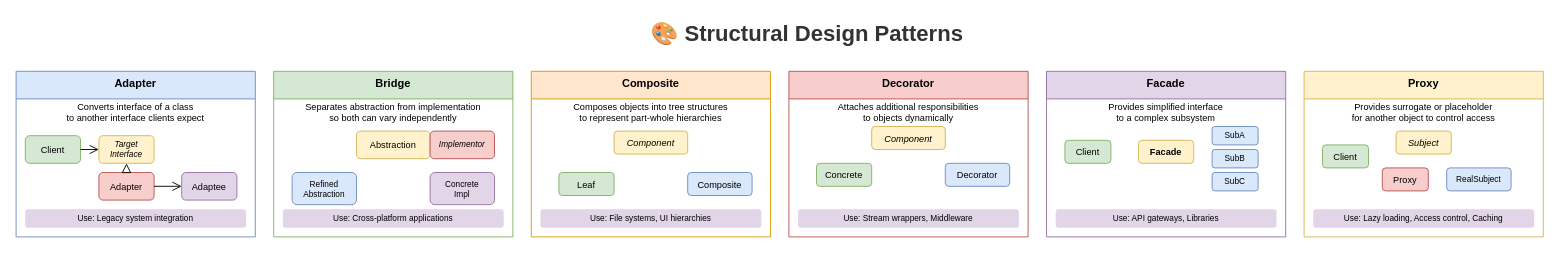
MrParkerZ7/document-lesson-software-architect-x-claude keeps this draw.io diagram as lesson-01-software-design-architecture/diagrams/1.2-structural-patterns-overview.drawio. Above is the earlier version. Source tidied: cells renumbered, new cells numbered last; positions are measured from the earlier drawing's top-left corner, leaving out a move shared by most shapes. Both pictures are drawn from the tidied source at 92%, with x=0, y=0 at pixel (16, 16).
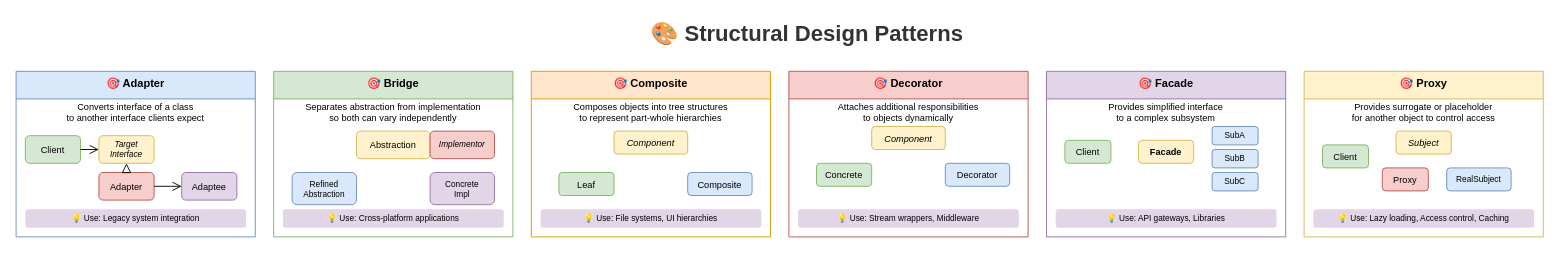
The same page after the edit.

The edit, as a diff of the source:
```diff
@@
-    <mxCell id="3" value="Adapter" style="swimlane;fontStyle=1;align=center;verticalAlign=top;horizontal=1;startSize=30;fillColor=#dae8fc;strokeColor=#6c8ebf;" parent="1" vertex="1">
+    <mxCell id="3" value="🎯 Adapter" style="swimlane;fontStyle=1;align=center;verticalAlign=top;horizontal=1;startSize=30;fillColor=#dae8fc;strokeColor=#6c8ebf;" parent="1" vertex="1">
       <mxGeometry y="60" width="260" height="180" as="geometry" />
     </mxCell>
@@
-    <mxCell id="12" value="Use: Legacy system integration" style="text;html=1;strokeColor=none;fillColor=#e1d5e7;align=center;verticalAlign=middle;whiteSpace=wrap;rounded=1;fontSize=9;" parent="3" vertex="1">
+    <mxCell id="12" value="💡 Use: Legacy system integration" style="text;html=1;strokeColor=none;fillColor=#e1d5e7;align=center;verticalAlign=middle;whiteSpace=wrap;rounded=1;fontSize=9;" parent="3" vertex="1">
       <mxGeometry x="10" y="150" width="240" height="20" as="geometry" />
     </mxCell>
-    <mxCell id="13" value="Bridge" style="swimlane;fontStyle=1;align=center;verticalAlign=top;horizontal=1;startSize=30;fillColor=#d5e8d4;strokeColor=#82b366;" parent="1" vertex="1">
+    <mxCell id="13" value="🎯 Bridge" style="swimlane;fontStyle=1;align=center;verticalAlign=top;horizontal=1;startSize=30;fillColor=#d5e8d4;strokeColor=#82b366;" parent="1" vertex="1">
       <mxGeometry x="280" y="60" width="260" height="180" as="geometry" />
     </mxCell>
@@
-    <mxCell id="19" value="Use: Cross-platform applications" style="text;html=1;strokeColor=none;fillColor=#e1d5e7;align=center;verticalAlign=middle;whiteSpace=wrap;rounded=1;fontSize=9;" parent="13" vertex="1">
+    <mxCell id="19" value="💡 Use: Cross-platform applications" style="text;html=1;strokeColor=none;fillColor=#e1d5e7;align=center;verticalAlign=middle;whiteSpace=wrap;rounded=1;fontSize=9;" parent="13" vertex="1">
       <mxGeometry x="10" y="150" width="240" height="20" as="geometry" />
     </mxCell>
-    <mxCell id="20" value="Composite" style="swimlane;fontStyle=1;align=center;verticalAlign=top;horizontal=1;startSize=30;fillColor=#ffe6cc;strokeColor=#d79b00;" parent="1" vertex="1">
+    <mxCell id="20" value="🎯 Composite" style="swimlane;fontStyle=1;align=center;verticalAlign=top;horizontal=1;startSize=30;fillColor=#ffe6cc;strokeColor=#d79b00;" parent="1" vertex="1">
       <mxGeometry x="560" y="60" width="260" height="180" as="geometry" />
     </mxCell>
@@
-    <mxCell id="25" value="Use: File systems, UI hierarchies" style="text;html=1;strokeColor=none;fillColor=#e1d5e7;align=center;verticalAlign=middle;whiteSpace=wrap;rounded=1;fontSize=9;" parent="20" vertex="1">
+    <mxCell id="25" value="💡 Use: File systems, UI hierarchies" style="text;html=1;strokeColor=none;fillColor=#e1d5e7;align=center;verticalAlign=middle;whiteSpace=wrap;rounded=1;fontSize=9;" parent="20" vertex="1">
       <mxGeometry x="10" y="150" width="240" height="20" as="geometry" />
     </mxCell>
-    <mxCell id="26" value="Decorator" style="swimlane;fontStyle=1;align=center;verticalAlign=top;horizontal=1;startSize=30;fillColor=#f8cecc;strokeColor=#b85450;" parent="1" vertex="1">
+    <mxCell id="26" value="🎯 Decorator" style="swimlane;fontStyle=1;align=center;verticalAlign=top;horizontal=1;startSize=30;fillColor=#f8cecc;strokeColor=#b85450;" parent="1" vertex="1">
       <mxGeometry x="840" y="60" width="260" height="180" as="geometry" />
     </mxCell>
@@
-    <mxCell id="31" value="Use: Stream wrappers, Middleware" style="text;html=1;strokeColor=none;fillColor=#e1d5e7;align=center;verticalAlign=middle;whiteSpace=wrap;rounded=1;fontSize=9;" parent="26" vertex="1">
+    <mxCell id="31" value="💡 Use: Stream wrappers, Middleware" style="text;html=1;strokeColor=none;fillColor=#e1d5e7;align=center;verticalAlign=middle;whiteSpace=wrap;rounded=1;fontSize=9;" parent="26" vertex="1">
       <mxGeometry x="10" y="150" width="240" height="20" as="geometry" />
     </mxCell>
-    <mxCell id="32" value="Facade" style="swimlane;fontStyle=1;align=center;verticalAlign=top;horizontal=1;startSize=30;fillColor=#e1d5e7;strokeColor=#9673a6;" parent="1" vertex="1">
+    <mxCell id="32" value="🎯 Facade" style="swimlane;fontStyle=1;align=center;verticalAlign=top;horizontal=1;startSize=30;fillColor=#e1d5e7;strokeColor=#9673a6;" parent="1" vertex="1">
       <mxGeometry x="1120" y="60" width="260" height="180" as="geometry" />
     </mxCell>
@@
-    <mxCell id="39" value="Use: API gateways, Libraries" style="text;html=1;strokeColor=none;fillColor=#e1d5e7;align=center;verticalAlign=middle;whiteSpace=wrap;rounded=1;fontSize=9;" parent="32" vertex="1">
+    <mxCell id="39" value="💡 Use: API gateways, Libraries" style="text;html=1;strokeColor=none;fillColor=#e1d5e7;align=center;verticalAlign=middle;whiteSpace=wrap;rounded=1;fontSize=9;" parent="32" vertex="1">
       <mxGeometry x="10" y="150" width="240" height="20" as="geometry" />
     </mxCell>
-    <mxCell id="40" value="Proxy" style="swimlane;fontStyle=1;align=center;verticalAlign=top;horizontal=1;startSize=30;fillColor=#fff2cc;strokeColor=#d6b656;" parent="1" vertex="1">
+    <mxCell id="40" value="🎯 Proxy" style="swimlane;fontStyle=1;align=center;verticalAlign=top;horizontal=1;startSize=30;fillColor=#fff2cc;strokeColor=#d6b656;" parent="1" vertex="1">
       <mxGeometry x="1400" y="60" width="260" height="180" as="geometry" />
     </mxCell>
@@
-    <mxCell id="46" value="Use: Lazy loading, Access control, Caching" style="text;html=1;strokeColor=none;fillColor=#e1d5e7;align=center;verticalAlign=middle;whiteSpace=wrap;rounded=1;fontSize=9;" parent="40" vertex="1">
+    <mxCell id="46" value="💡 Use: Lazy loading, Access control, Caching" style="text;html=1;strokeColor=none;fillColor=#e1d5e7;align=center;verticalAlign=middle;whiteSpace=wrap;rounded=1;fontSize=9;" parent="40" vertex="1">
       <mxGeometry x="10" y="150" width="240" height="20" as="geometry" />
     </mxCell>
```
